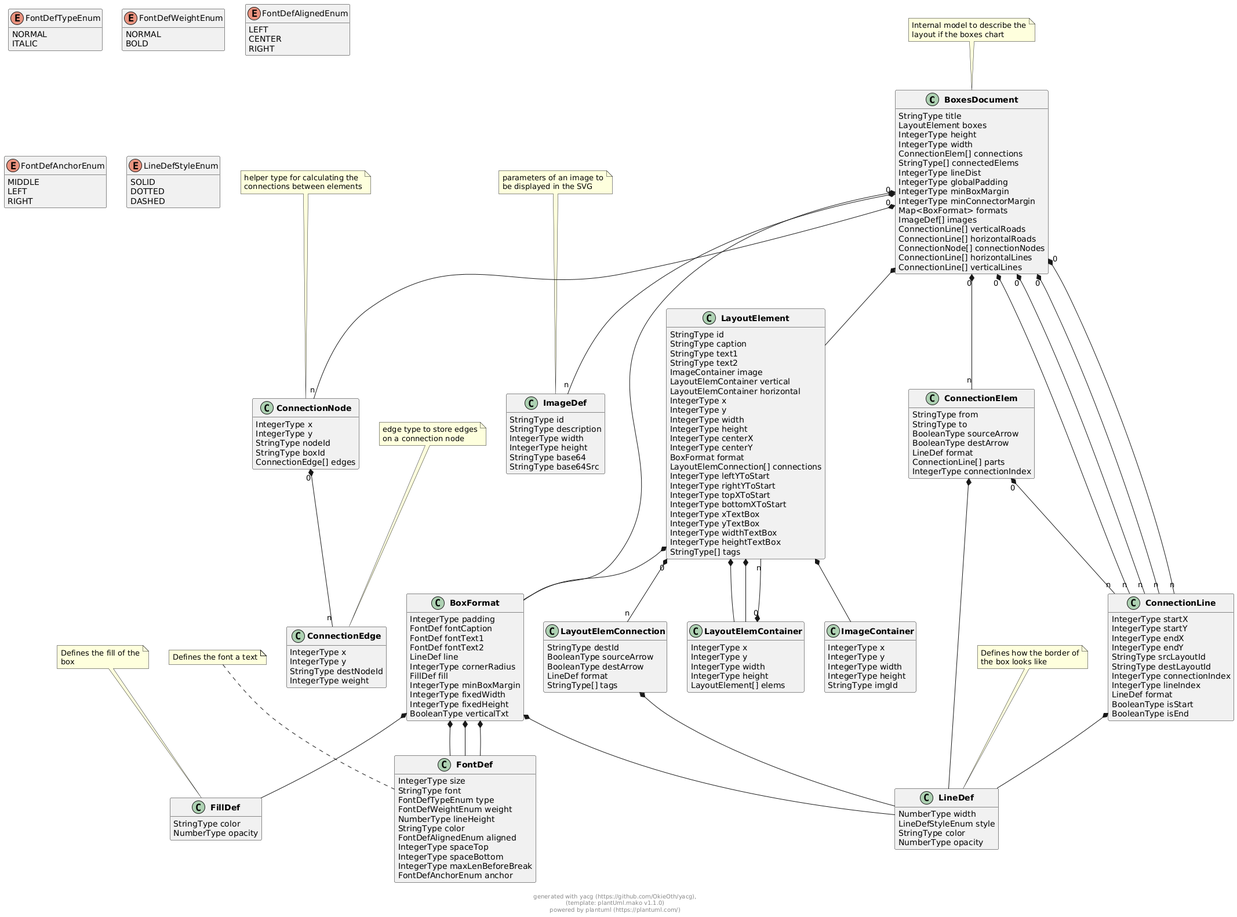
The PlantUML diagram docs/models/png/boxes_document.png in OkieOth/draw.chart.things, before a commit.
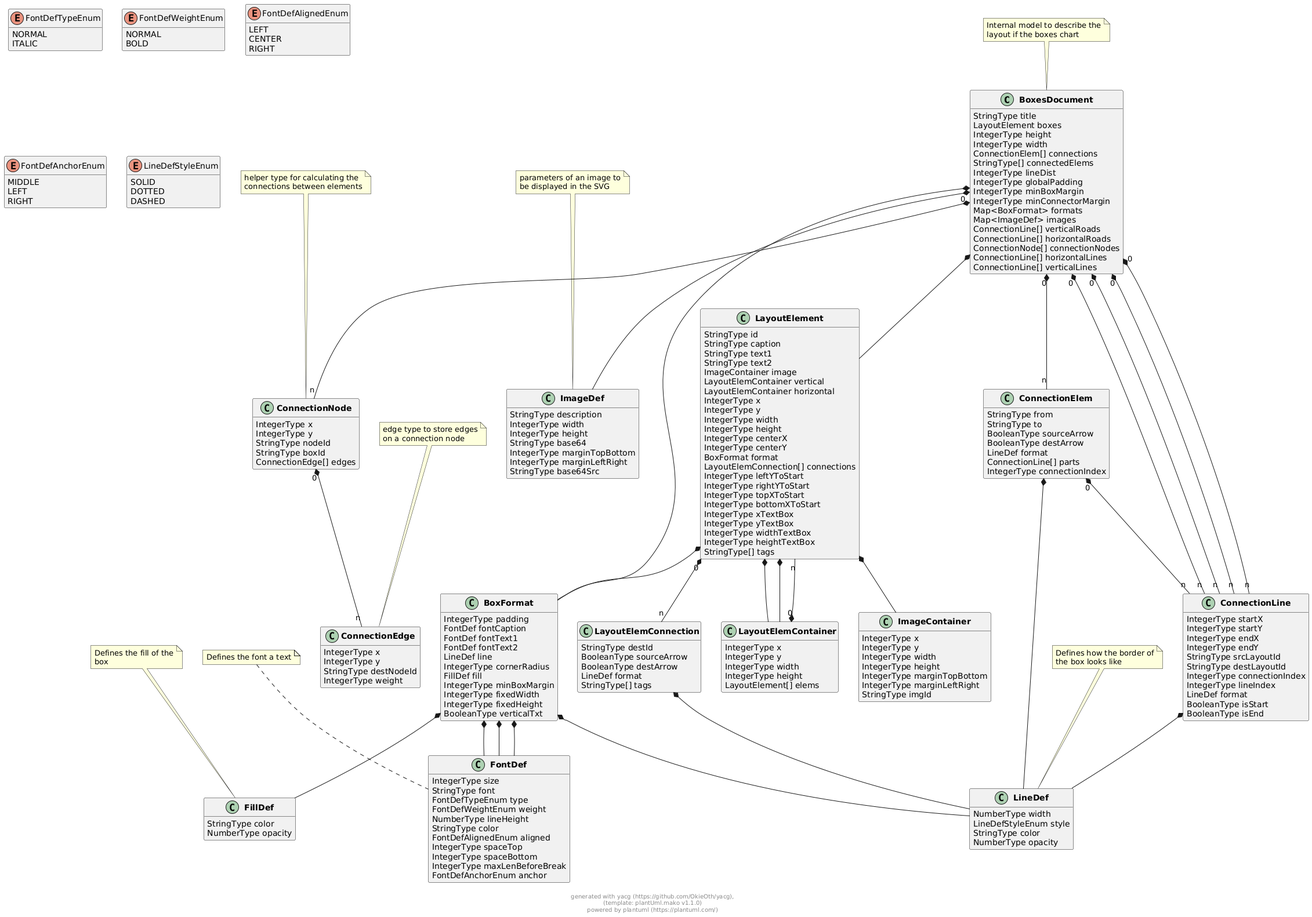
After the commit.

The edit, as a diff of the source:
```diff
@@ -15,7 +15,7 @@
         IntegerType minBoxMargin
         IntegerType minConnectorMargin
         Map<BoxFormat> formats
-        ImageDef[] images
+        Map<ImageDef> images
         ConnectionLine[] verticalRoads
         ConnectionLine[] horizontalRoads
         ConnectionNode[] connectionNodes
@@ -84,6 +84,7 @@
 
 
 
+
 class "**ConnectionLine**" as ConnectionLine {
         IntegerType startX
         IntegerType startY
@@ -116,6 +117,8 @@
         IntegerType y
         IntegerType width
         IntegerType height
+        IntegerType marginTopBottom
+        IntegerType marginLeftRight
         StringType imgId
 }
 
@@ -215,11 +218,12 @@
 
 
 class "**ImageDef**" as ImageDef {
-        StringType id
         StringType description
         IntegerType width
         IntegerType height
         StringType base64
+        IntegerType marginTopBottom
+        IntegerType marginLeftRight
         StringType base64Src
 }
 note top: parameters of an image to\nbe displayed in the SVG
@@ -242,7 +246,7 @@
 
 BoxesDocument  *--  BoxFormat
 
-BoxesDocument "0" *-- "n" ImageDef
+BoxesDocument  *--  ImageDef
 
 BoxesDocument "0" *-- "n" ConnectionLine
 
@@ -321,6 +325,7 @@
 
 
 
+
 ConnectionLine  *--  LineDef
 
 
@@ -331,6 +336,8 @@
 
 
 ConnectionNode "0" *-- "n" ConnectionEdge
+
+
 
 
 
@@ -390,5 +397,6 @@
 
 
 
+
 footer \ngenerated with yacg (https://github.com/OkieOth/yacg),\n(template: plantUml.mako v1.1.0)\npowered by plantuml (https://plantuml.com/)
 @enduml
```
